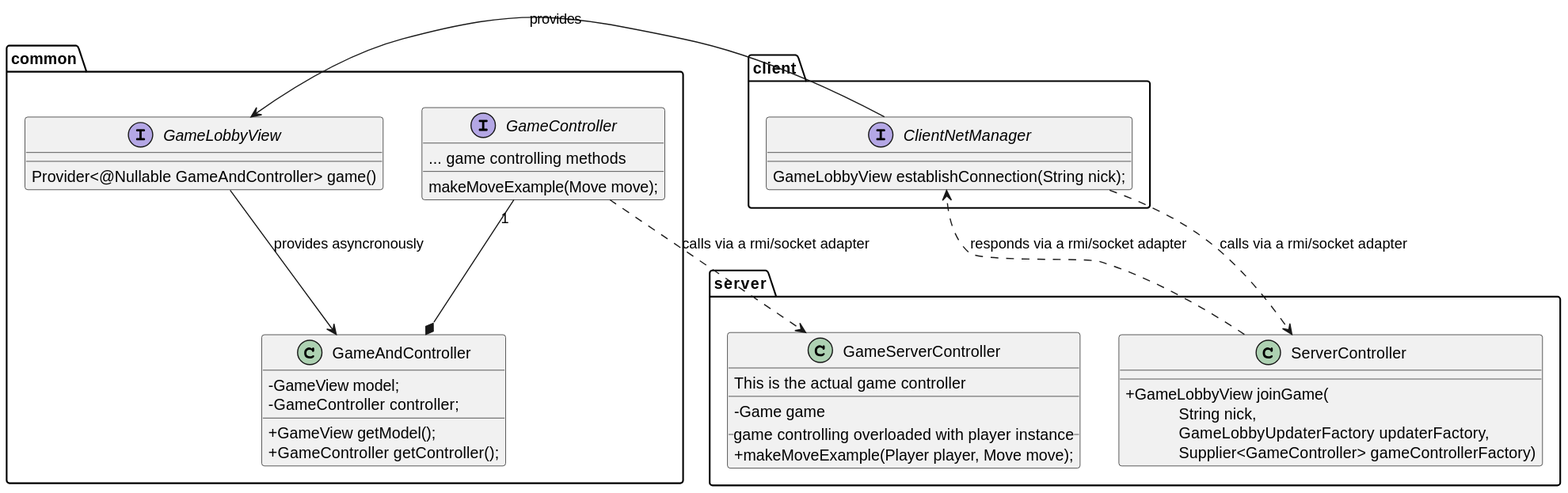
Above: docs/controller-dark.svg in Furrrlo/my-shelfie (PlantUML), before the change. Source of this version:
```plantuml
@startuml
skinparam classAttributeIconSize 0

package common {
    interface GameLobbyView {
        Provider<@Nullable GameAndController> game()
    }

    GameLobbyView --> GameAndController : provides asyncronously
    class GameAndController {
        - GameView model;
        - GameController controller;

        + GameView getModel();
        + GameController getController();
    }

    GameController "1" --* GameAndController
    interface GameController {
        ... game controlling methods
        makeMoveExample(Move move);
    }
}

package server {
    class ServerController {
        + GameLobbyView joinGame( \n            String nick, \n            GameLobbyUpdaterFactory updaterFactory, \n            Supplier<GameController> gameControllerFactory)
    }

    class GameServerController {
        This is the actual game controller
        __
        - Game game
        __ game controlling overloaded with player instance __
        + makeMoveExample(Player player, Move move);
    }
}

package client {
    interface ClientNetManager {
        GameLobbyView establishConnection(String nick);
    }

    ClientNetManager --> GameLobbyView : provides
}

ClientNetManager ..> ServerController : calls via a rmi/socket adapter
ServerController ..> ClientNetManager : responds via a rmi/socket adapter
GameController ..> GameServerController : calls via a rmi/socket adapter

@enduml
```
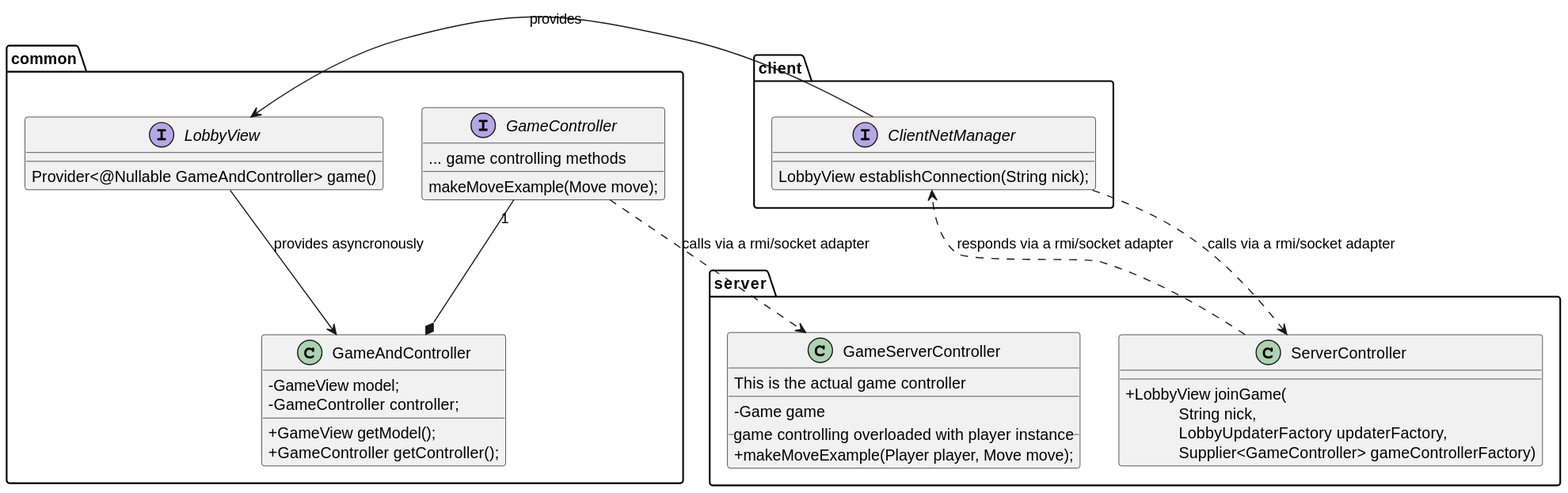
Above is the later version.

What changed in the source:
```diff
@@ -2,11 +2,11 @@
 skinparam classAttributeIconSize 0
 
 package common {
-    interface GameLobbyView {
+    interface LobbyView {
         Provider<@Nullable GameAndController> game()
     }
 
-    GameLobbyView --> GameAndController : provides asyncronously
+    LobbyView --> GameAndController : provides asyncronously
     class GameAndController {
         - GameView model;
         - GameController controller;
@@ -24,7 +24,7 @@
 
 package server {
     class ServerController {
-        + GameLobbyView joinGame( \n            String nick, \n            GameLobbyUpdaterFactory updaterFactory, \n            Supplier<GameController> gameControllerFactory)
+        + LobbyView joinGame( \n            String nick, \n            LobbyUpdaterFactory updaterFactory, \n            Supplier<GameController> gameControllerFactory)
     }
 
     class GameServerController {
@@ -38,10 +38,10 @@
 
 package client {
     interface ClientNetManager {
-        GameLobbyView establishConnection(String nick);
+        LobbyView establishConnection(String nick);
     }
 
-    ClientNetManager --> GameLobbyView : provides
+    ClientNetManager --> LobbyView : provides
 }
 
 ClientNetManager ..> ServerController : calls via a rmi/socket adapter
```
